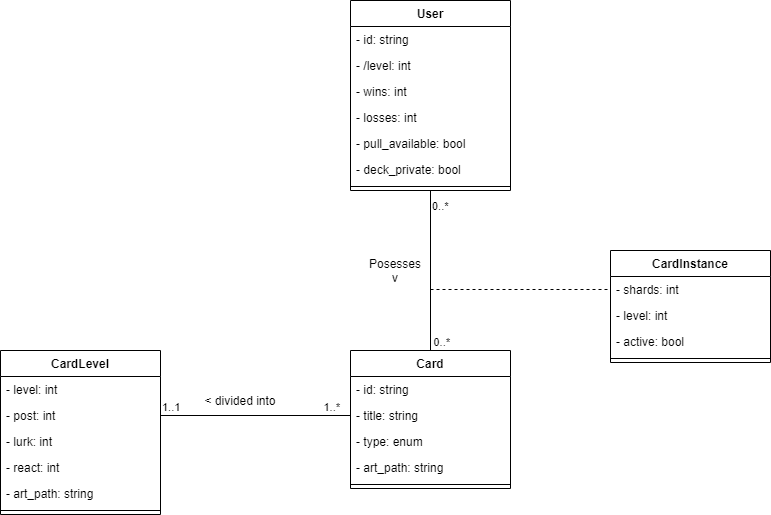
The draw.io diagram documentation/uml_diagram.png in AlexjHeat/BoulangerieTCG, before a commit. Source tidied: cells renumbered, new cells last; positions are measured from the earlier drawing's top-left corner, leaving out a move shared by most shapes.
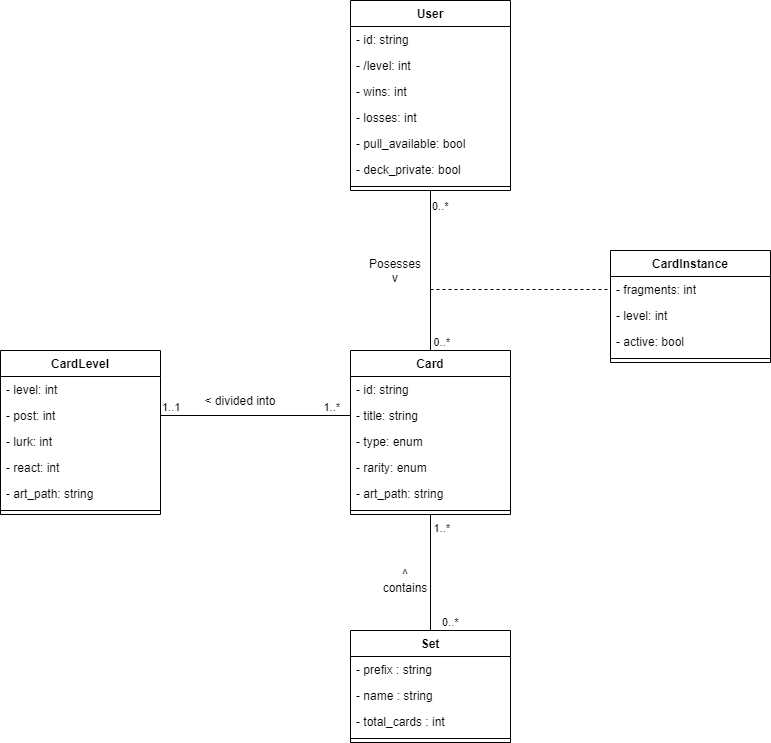
After the commit.

What changed in the source:
```diff
@@ -27,7 +27,7 @@
       <mxGeometry y="182" width="160" height="8" as="geometry" />
     </mxCell>
     <mxCell id="10" value="Card" style="swimlane;fontStyle=1;align=center;verticalAlign=top;horizontal=1;startSize=26;" parent="1" vertex="1">
-      <mxGeometry x="350" y="350" width="160" height="138" as="geometry" />
+      <mxGeometry x="350" y="350" width="160" height="164" as="geometry" />
     </mxCell>
     <mxCell id="11" value="- id: string" style="text;strokeColor=none;fillColor=none;align=left;verticalAlign=top;spacingLeft=4;spacingRight=4;overflow=hidden;" parent="10" vertex="1">
       <mxGeometry y="26" width="160" height="26" as="geometry" />
@@ -38,11 +38,14 @@
     <mxCell id="13" value="- type: enum" style="text;strokeColor=none;fillColor=none;align=left;verticalAlign=top;spacingLeft=4;spacingRight=4;overflow=hidden;" parent="10" vertex="1">
       <mxGeometry y="78" width="160" height="26" as="geometry" />
     </mxCell>
+    <mxCell id="37" value="- rarity: enum" style="text;strokeColor=none;fillColor=none;align=left;verticalAlign=top;spacingLeft=4;spacingRight=4;overflow=hidden;" parent="10" vertex="1">
+      <mxGeometry y="104" width="160" height="26" as="geometry" />
+    </mxCell>
     <mxCell id="14" value="- art_path: string" style="text;strokeColor=none;fillColor=none;align=left;verticalAlign=top;spacingLeft=4;spacingRight=4;overflow=hidden;" parent="10" vertex="1">
-      <mxGeometry y="104" width="160" height="26" as="geometry" />
+      <mxGeometry y="130" width="160" height="26" as="geometry" />
     </mxCell>
     <mxCell id="15" style="line;strokeWidth=1;fillColor=none;align=left;verticalAlign=middle;spacingTop=-1;spacingLeft=3;spacingRight=3;labelPosition=right;" parent="10" vertex="1">
-      <mxGeometry y="130" width="160" height="8" as="geometry" />
+      <mxGeometry y="156" width="160" height="8" as="geometry" />
     </mxCell>
     <mxCell id="16" style="endArrow=none;html=1;edgeStyle=orthogonalEdgeStyle;exitX=0.5;exitY=1;exitDx=0;exitDy=0;entryX=0.5;entryY=0;entryDx=0;entryDy=0;" parent="1" edge="1" source="2" target="10">
       <mxGeometry relative="1" as="geometry" />
@@ -97,7 +100,7 @@
     <mxCell id="30" value="CardInstance" style="swimlane;fontStyle=1;align=center;verticalAlign=top;horizontal=1;startSize=26;" parent="1" vertex="1">
       <mxGeometry x="610" y="250" width="160" height="112" as="geometry" />
     </mxCell>
-    <mxCell id="31" value="- shards: int" style="text;strokeColor=none;fillColor=none;align=left;verticalAlign=top;spacingLeft=4;spacingRight=4;overflow=hidden;points=[[0,0.5],[1,0.5]];portConstraint=eastwest;" parent="30" vertex="1">
+    <mxCell id="31" value="- fragments: int" style="text;strokeColor=none;fillColor=none;align=left;verticalAlign=top;spacingLeft=4;spacingRight=4;overflow=hidden;points=[[0,0.5],[1,0.5]];portConstraint=eastwest;" parent="30" vertex="1">
       <mxGeometry y="26" width="160" height="26" as="geometry" />
     </mxCell>
     <mxCell id="32" value="- level: int" style="text;strokeColor=none;fillColor=none;align=left;verticalAlign=top;spacingLeft=4;spacingRight=4;overflow=hidden;" parent="30" vertex="1">
@@ -115,5 +118,36 @@
     <mxCell id="36" value="&amp;lt; divided into" style="text;html=1;strokeColor=none;fillColor=none;align=center;verticalAlign=middle;whiteSpace=wrap;rounded=0;" parent="1" vertex="1">
       <mxGeometry x="200" y="390" width="80" height="20" as="geometry" />
     </mxCell>
+    <mxCell id="38" value="Set" style="swimlane;fontStyle=1;align=center;verticalAlign=top;horizontal=1;startSize=26;" parent="1" vertex="1">
+      <mxGeometry x="350" y="630" width="160" height="112" as="geometry" />
+    </mxCell>
+    <mxCell id="39" value="- prefix : string" style="text;strokeColor=none;fillColor=none;align=left;verticalAlign=top;spacingLeft=4;spacingRight=4;overflow=hidden;" parent="38" vertex="1">
+      <mxGeometry y="26" width="160" height="26" as="geometry" />
+    </mxCell>
+    <mxCell id="40" value="- name : string" style="text;strokeColor=none;fillColor=none;align=left;verticalAlign=top;spacingLeft=4;spacingRight=4;overflow=hidden;" parent="38" vertex="1">
+      <mxGeometry y="52" width="160" height="26" as="geometry" />
+    </mxCell>
+    <mxCell id="41" value="- total_cards : int" style="text;strokeColor=none;fillColor=none;align=left;verticalAlign=top;spacingLeft=4;spacingRight=4;overflow=hidden;" parent="38" vertex="1">
+      <mxGeometry y="78" width="160" height="26" as="geometry" />
+    </mxCell>
+    <mxCell id="42" style="line;strokeWidth=1;fillColor=none;align=left;verticalAlign=middle;spacingTop=-1;spacingLeft=3;spacingRight=3;labelPosition=right;" parent="38" vertex="1">
+      <mxGeometry y="104" width="160" height="8" as="geometry" />
+    </mxCell>
+    <mxCell id="43" style="endArrow=none;html=1;edgeStyle=orthogonalEdgeStyle;exitX=0.5;exitY=0;exitDx=0;exitDy=0;entryX=0.5;entryY=1;entryDx=0;entryDy=0;" parent="1" edge="1" source="38" target="10">
+      <mxGeometry relative="1" as="geometry" />
+    </mxCell>
+    <mxCell id="44" value="0..*" style="edgeLabel;html=1;align=left;verticalAlign=bottom;" parent="43" vertex="1">
+      <mxGeometry x="-1" relative="1" as="geometry">
+        <mxPoint x="10" as="offset" />
+      </mxGeometry>
+    </mxCell>
+    <mxCell id="45" value="1..*" style="edgeLabel;html=1;align=right;verticalAlign=bottom;" parent="43" vertex="1">
+      <mxGeometry x="1" relative="1" as="geometry">
+        <mxPoint x="20" y="22" as="offset" />
+      </mxGeometry>
+    </mxCell>
+    <mxCell id="46" value="^&lt;br&gt;contains" style="text;html=1;strokeColor=none;fillColor=none;align=center;verticalAlign=middle;whiteSpace=wrap;rounded=0;" parent="1" vertex="1">
+      <mxGeometry x="375" y="570" width="60" height="20" as="geometry" />
+    </mxCell>
   </root>
 </mxGraphModel>
```
